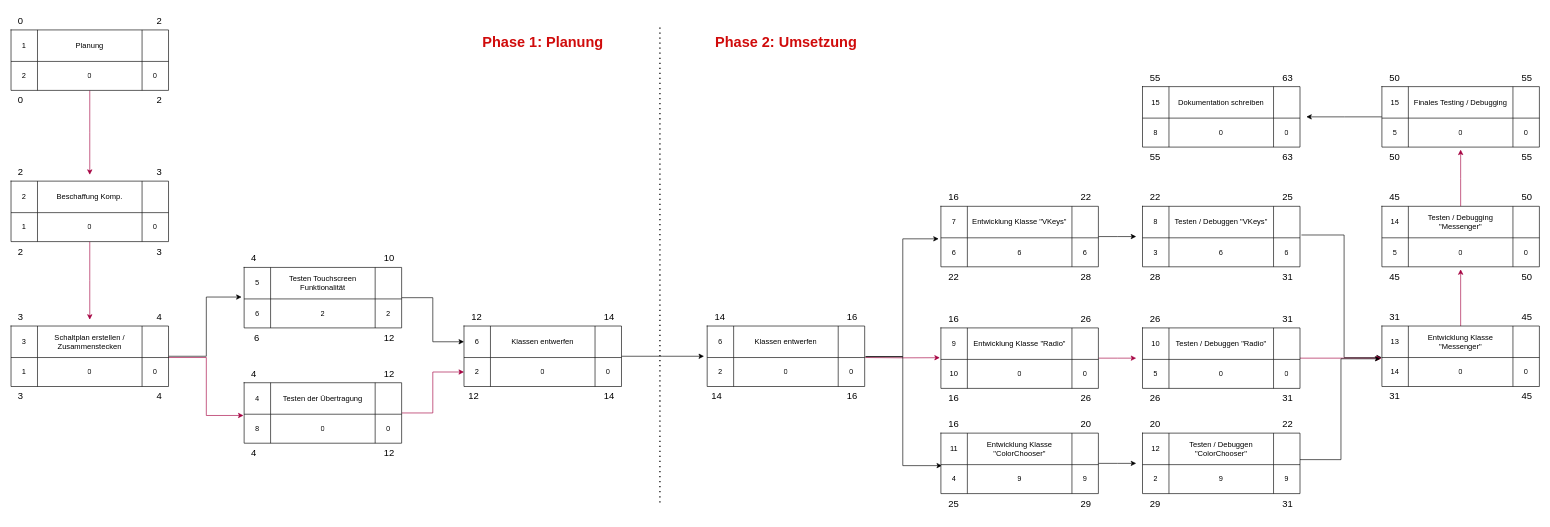
GeKoppe/TouchPager keeps this draw.io diagram as Documentation/Grafik/Diagramm/Netzplan.drawio. Above is the earlier version. Source tidied: cells renumbered, new cells numbered last; positions are measured from the earlier drawing's top-left corner, leaving out a move shared by most shapes. Both pictures are drawn from the tidied source at 63%, with x=0, y=0 at pixel (11, 11).
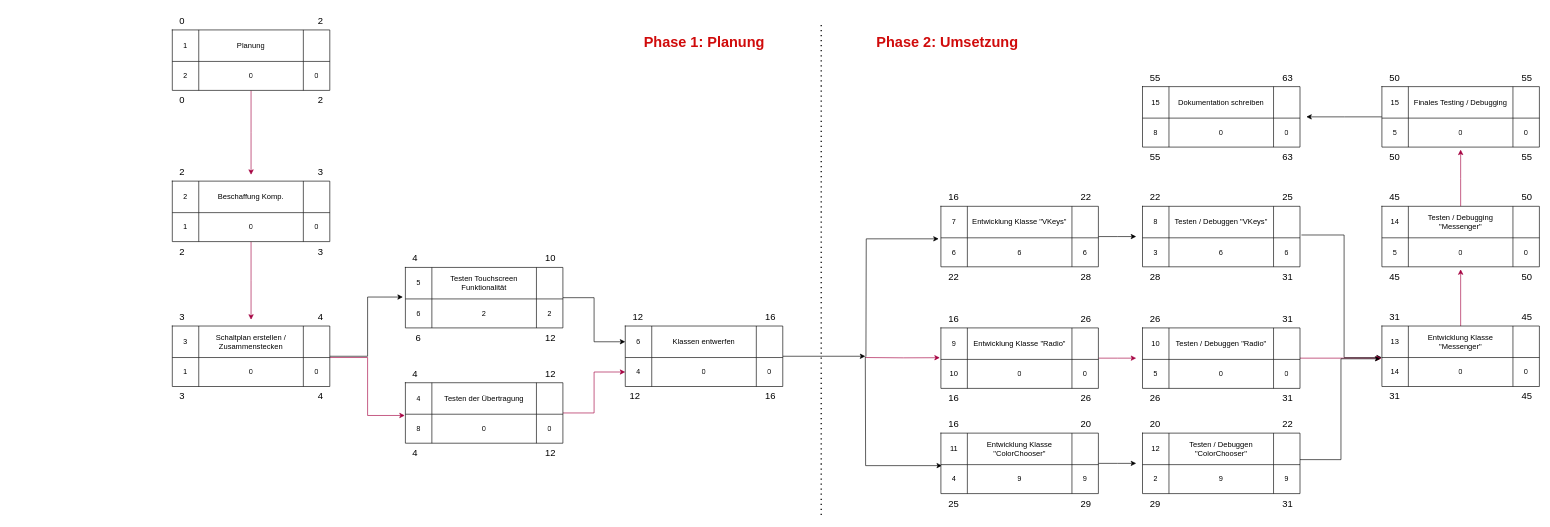
After the change.

The change refers to these unchanged cells:
```xml
<mxCell id="37" style="shape=tableRow;horizontal=0;startSize=0;swimlaneHead=0;swimlaneBody=0;top=0;left=0;bottom=0;right=0;fillColor=none;points=[[0,0.5],[1,0.5]];portConstraint=eastwest;labelBackgroundColor=none;" parent="32" vertex="1">
  <mxGeometry y="50" width="250" height="46" as="geometry" />
</mxCell>
<mxCell id="51" style="shape=tableRow;horizontal=0;startSize=0;swimlaneHead=0;swimlaneBody=0;top=0;left=0;bottom=0;right=0;fillColor=none;points=[[0,0.5],[1,0.5]];portConstraint=eastwest;labelBackgroundColor=none;" parent="46" vertex="1">
  <mxGeometry y="50" width="250" height="46" as="geometry" />
</mxCell>
<mxCell id="65" style="shape=tableRow;horizontal=0;startSize=0;swimlaneHead=0;swimlaneBody=0;top=0;left=0;bottom=0;right=0;fillColor=none;points=[[0,0.5],[1,0.5]];portConstraint=eastwest;labelBackgroundColor=none;" parent="60" vertex="1">
  <mxGeometry y="50" width="250" height="46" as="geometry" />
</mxCell>
<mxCell id="109" style="shape=tableRow;horizontal=0;startSize=0;swimlaneHead=0;swimlaneBody=0;top=0;left=0;bottom=0;right=0;fillColor=none;points=[[0,0.5],[1,0.5]];portConstraint=eastwest;labelBackgroundColor=none;" parent="104" vertex="1">
  <mxGeometry y="50" width="250" height="46" as="geometry" />
</mxCell>
<mxCell id="123" style="shape=tableRow;horizontal=0;startSize=0;swimlaneHead=0;swimlaneBody=0;top=0;left=0;bottom=0;right=0;fillColor=none;points=[[0,0.5],[1,0.5]];portConstraint=eastwest;labelBackgroundColor=none;" parent="118" vertex="1">
  <mxGeometry y="50" width="250" height="46" as="geometry" />
</mxCell>
```

The edit, as a diff of the source:
```diff
@@
     <mxCell id="2" style="edgeStyle=orthogonalEdgeStyle;rounded=0;jettySize=auto;html=1;fillColor=#d80073;strokeColor=#A50040;" parent="1" edge="1" source="3">
       <mxGeometry relative="1" as="geometry">
-        <mxPoint x="125" y="260" as="targetPoint" />
+        <mxPoint x="381" y="260" as="targetPoint" />
       </mxGeometry>
     </mxCell>
     <mxCell id="3" style="shape=table;html=1;whiteSpace=wrap;startSize=0;childLayout=tableLayout;labelBackgroundColor=none;" parent="1" vertex="1">
-      <mxGeometry y="30" width="250" height="96" as="geometry" />
+      <mxGeometry x="256" y="30" width="250" height="96" as="geometry" />
     </mxCell>
@@
     <mxCell id="12" value="0" style="text;html=1;align=center;verticalAlign=middle;strokeColor=none;fillColor=none;fontSize=15;labelBackgroundColor=none;" parent="1" vertex="1">
-      <mxGeometry width="30" height="30" as="geometry" />
+      <mxGeometry x="256" width="30" height="30" as="geometry" />
     </mxCell>
     <mxCell id="13" value="0" style="text;html=1;align=center;verticalAlign=middle;strokeColor=none;fillColor=none;fontSize=15;labelBackgroundColor=none;" parent="1" vertex="1">
-      <mxGeometry y="126" width="30" height="30" as="geometry" />
+      <mxGeometry x="256" y="126" width="30" height="30" as="geometry" />
     </mxCell>
     <mxCell id="14" value="2" style="text;html=1;align=center;verticalAlign=middle;strokeColor=none;fillColor=none;fontSize=15;labelBackgroundColor=none;" parent="1" vertex="1">
-      <mxGeometry x="220" y="126" width="30" height="30" as="geometry" />
+      <mxGeometry x="476" y="126" width="30" height="30" as="geometry" />
     </mxCell>
     <mxCell id="15" value="2" style="text;html=1;align=center;verticalAlign=middle;strokeColor=none;fillColor=none;fontSize=15;labelBackgroundColor=none;" parent="1" vertex="1">
-      <mxGeometry x="220" width="30" height="30" as="geometry" />
+      <mxGeometry x="476" width="30" height="30" as="geometry" />
     </mxCell>
     <mxCell id="16" style="edgeStyle=orthogonalEdgeStyle;rounded=0;jettySize=auto;html=1;fillColor=#d80073;strokeColor=#A50040;" parent="1" edge="1" source="17">
       <mxGeometry relative="1" as="geometry">
-        <mxPoint x="125" y="490" as="targetPoint" />
+        <mxPoint x="381" y="490" as="targetPoint" />
       </mxGeometry>
     </mxCell>
     <mxCell id="17" style="shape=table;html=1;whiteSpace=wrap;startSize=0;childLayout=tableLayout;labelBackgroundColor=none;" parent="1" vertex="1">
-      <mxGeometry y="270" width="250" height="96" as="geometry" />
+      <mxGeometry x="256" y="270" width="250" height="96" as="geometry" />
     </mxCell>
@@
     <mxCell id="26" value="2" style="text;html=1;align=center;verticalAlign=middle;strokeColor=none;fillColor=none;fontSize=15;labelBackgroundColor=none;" parent="1" vertex="1">
-      <mxGeometry y="240" width="30" height="30" as="geometry" />
+      <mxGeometry x="256" y="240" width="30" height="30" as="geometry" />
     </mxCell>
     <mxCell id="27" value="2" style="text;html=1;align=center;verticalAlign=middle;strokeColor=none;fillColor=none;fontSize=15;labelBackgroundColor=none;" parent="1" vertex="1">
-      <mxGeometry y="366" width="30" height="30" as="geometry" />
+      <mxGeometry x="256" y="366" width="30" height="30" as="geometry" />
     </mxCell>
     <mxCell id="28" value="3" style="text;html=1;align=center;verticalAlign=middle;strokeColor=none;fillColor=none;fontSize=15;labelBackgroundColor=none;" parent="1" vertex="1">
-      <mxGeometry x="220" y="366" width="30" height="30" as="geometry" />
+      <mxGeometry x="476" y="366" width="30" height="30" as="geometry" />
     </mxCell>
     <mxCell id="29" value="3" style="text;html=1;align=center;verticalAlign=middle;strokeColor=none;fillColor=none;fontSize=15;labelBackgroundColor=none;" parent="1" vertex="1">
-      <mxGeometry x="220" y="240" width="30" height="30" as="geometry" />
+      <mxGeometry x="476" y="240" width="30" height="30" as="geometry" />
     </mxCell>
@@
     <mxCell id="31" style="edgeStyle=orthogonalEdgeStyle;rounded=0;jettySize=auto;html=1;entryX=-0.004;entryY=0.043;entryDx=0;entryDy=0;entryPerimeter=0;exitX=0.984;exitY=-0.022;exitDx=0;exitDy=0;exitPerimeter=0;fillColor=#d80073;strokeColor=#A50040;" parent="1" edge="1" source="37" target="51">
       <mxGeometry relative="1" as="geometry">
         <Array as="points">
-          <mxPoint x="246" y="550" />
-          <mxPoint x="310" y="550" />
-          <mxPoint x="310" y="642" />
+          <mxPoint x="502" y="550" />
+          <mxPoint x="566" y="550" />
+          <mxPoint x="566" y="642" />
         </Array>
       </mxGeometry>
     </mxCell>
     <mxCell id="32" style="shape=table;html=1;whiteSpace=wrap;startSize=0;childLayout=tableLayout;labelBackgroundColor=none;" parent="1" vertex="1">
-      <mxGeometry y="500" width="250" height="96" as="geometry" />
+      <mxGeometry x="256" y="500" width="250" height="96" as="geometry" />
     </mxCell>
@@
     <mxCell id="41" value="3" style="text;html=1;align=center;verticalAlign=middle;strokeColor=none;fillColor=none;fontSize=15;labelBackgroundColor=none;" parent="1" vertex="1">
-      <mxGeometry y="470" width="30" height="30" as="geometry" />
+      <mxGeometry x="256" y="470" width="30" height="30" as="geometry" />
     </mxCell>
     <mxCell id="42" value="3" style="text;html=1;align=center;verticalAlign=middle;strokeColor=none;fillColor=none;fontSize=15;labelBackgroundColor=none;" parent="1" vertex="1">
-      <mxGeometry y="596" width="30" height="30" as="geometry" />
+      <mxGeometry x="256" y="596" width="30" height="30" as="geometry" />
     </mxCell>
     <mxCell id="43" value="4" style="text;html=1;align=center;verticalAlign=middle;strokeColor=none;fillColor=none;fontSize=15;labelBackgroundColor=none;" parent="1" vertex="1">
-      <mxGeometry x="220" y="596" width="30" height="30" as="geometry" />
+      <mxGeometry x="476" y="596" width="30" height="30" as="geometry" />
     </mxCell>
     <mxCell id="44" value="4" style="text;html=1;align=center;verticalAlign=middle;strokeColor=none;fillColor=none;fontSize=15;labelBackgroundColor=none;" parent="1" vertex="1">
-      <mxGeometry x="220" y="470" width="30" height="30" as="geometry" />
+      <mxGeometry x="476" y="470" width="30" height="30" as="geometry" />
     </mxCell>
@@
     <mxCell id="46" style="shape=table;html=1;whiteSpace=wrap;startSize=0;childLayout=tableLayout;labelBackgroundColor=none;" parent="1" vertex="1">
-      <mxGeometry x="370" y="590" width="250" height="96" as="geometry" />
+      <mxGeometry x="626" y="590" width="250" height="96" as="geometry" />
     </mxCell>
@@
     <mxCell id="55" value="4" style="text;html=1;align=center;verticalAlign=middle;strokeColor=none;fillColor=none;fontSize=15;labelBackgroundColor=none;" parent="1" vertex="1">
-      <mxGeometry x="370" y="560" width="30" height="30" as="geometry" />
+      <mxGeometry x="626" y="560" width="30" height="30" as="geometry" />
     </mxCell>
     <mxCell id="56" value="4" style="text;html=1;align=center;verticalAlign=middle;strokeColor=none;fillColor=none;fontSize=15;labelBackgroundColor=none;" parent="1" vertex="1">
-      <mxGeometry x="370" y="686" width="30" height="30" as="geometry" />
+      <mxGeometry x="626" y="686" width="30" height="30" as="geometry" />
     </mxCell>
     <mxCell id="57" value="12" style="text;html=1;align=center;verticalAlign=middle;strokeColor=none;fillColor=none;fontSize=15;labelBackgroundColor=none;" parent="1" vertex="1">
-      <mxGeometry x="580" y="686" width="40" height="30" as="geometry" />
+      <mxGeometry x="836" y="686" width="40" height="30" as="geometry" />
     </mxCell>
     <mxCell id="58" value="12" style="text;html=1;align=center;verticalAlign=middle;strokeColor=none;fillColor=none;fontSize=15;labelBackgroundColor=none;" parent="1" vertex="1">
-      <mxGeometry x="580" y="560" width="40" height="30" as="geometry" />
+      <mxGeometry x="836" y="560" width="40" height="30" as="geometry" />
     </mxCell>
     <mxCell id="59" style="edgeStyle=orthogonalEdgeStyle;rounded=0;jettySize=auto;html=1;" parent="1" edge="1" source="60">
       <mxGeometry relative="1" as="geometry">
-        <mxPoint x="1100" y="548" as="targetPoint" />
+        <mxPoint x="1356" y="548" as="targetPoint" />
       </mxGeometry>
     </mxCell>
     <mxCell id="60" style="shape=table;html=1;whiteSpace=wrap;startSize=0;childLayout=tableLayout;labelBackgroundColor=none;" parent="1" vertex="1">
-      <mxGeometry x="719" y="500" width="250" height="96" as="geometry" />
+      <mxGeometry x="975" y="500" width="250" height="96" as="geometry" />
     </mxCell>
@@
-    <mxCell id="66" value="2" style="shape=partialRectangle;html=1;whiteSpace=wrap;fillColor=none;top=0;left=0;bottom=0;right=0;overflow=hidden;labelBackgroundColor=none;" parent="65" vertex="1">
+    <mxCell id="66" value="4" style="shape=partialRectangle;html=1;whiteSpace=wrap;fillColor=none;top=0;left=0;bottom=0;right=0;overflow=hidden;labelBackgroundColor=none;" parent="65" vertex="1">
       <mxGeometry width="42" height="46" as="geometry" />
     </mxCell>
@@
     <mxCell id="69" value="12" style="text;html=1;align=center;verticalAlign=middle;strokeColor=none;fillColor=none;fontSize=15;labelBackgroundColor=none;" parent="1" vertex="1">
-      <mxGeometry x="719" y="470" width="40" height="30" as="geometry" />
+      <mxGeometry x="975" y="470" width="40" height="30" as="geometry" />
     </mxCell>
     <mxCell id="70" value="12" style="text;html=1;align=center;verticalAlign=middle;strokeColor=none;fillColor=none;fontSize=15;labelBackgroundColor=none;" parent="1" vertex="1">
-      <mxGeometry x="714" y="596" width="40" height="30" as="geometry" />
+      <mxGeometry x="970" y="596" width="40" height="30" as="geometry" />
     </mxCell>
-    <mxCell id="71" value="14" style="text;html=1;align=center;verticalAlign=middle;strokeColor=none;fillColor=none;fontSize=15;labelBackgroundColor=none;" parent="1" vertex="1">
-      <mxGeometry x="929" y="596" width="40" height="30" as="geometry" />
+    <mxCell id="71" value="16" style="text;html=1;align=center;verticalAlign=middle;strokeColor=none;fillColor=none;fontSize=15;labelBackgroundColor=none;" parent="1" vertex="1">
+      <mxGeometry x="1185" y="596" width="40" height="30" as="geometry" />
     </mxCell>
-    <mxCell id="72" value="14" style="text;html=1;align=center;verticalAlign=middle;strokeColor=none;fillColor=none;fontSize=15;labelBackgroundColor=none;" parent="1" vertex="1">
-      <mxGeometry x="929" y="470" width="40" height="30" as="geometry" />
+    <mxCell id="72" value="16" style="text;html=1;align=center;verticalAlign=middle;strokeColor=none;fillColor=none;fontSize=15;labelBackgroundColor=none;" parent="1" vertex="1">
+      <mxGeometry x="1185" y="470" width="40" height="30" as="geometry" />
     </mxCell>
@@
     <mxCell id="74" style="shape=table;html=1;whiteSpace=wrap;startSize=0;childLayout=tableLayout;labelBackgroundColor=none;" parent="1" vertex="1">
-      <mxGeometry x="370" y="407" width="250" height="96" as="geometry" />
+      <mxGeometry x="626" y="407" width="250" height="96" as="geometry" />
     </mxCell>
@@
     <mxCell id="83" value="4" style="text;html=1;align=center;verticalAlign=middle;strokeColor=none;fillColor=none;fontSize=15;labelBackgroundColor=none;" parent="1" vertex="1">
-      <mxGeometry x="370" y="377" width="30" height="30" as="geometry" />
+      <mxGeometry x="626" y="377" width="30" height="30" as="geometry" />
     </mxCell>
     <mxCell id="84" value="6" style="text;html=1;align=center;verticalAlign=middle;strokeColor=none;fillColor=none;fontSize=15;labelBackgroundColor=none;" parent="1" vertex="1">
-      <mxGeometry x="375" y="503" width="30" height="30" as="geometry" />
+      <mxGeometry x="631" y="503" width="30" height="30" as="geometry" />
     </mxCell>
     <mxCell id="85" value="12" style="text;html=1;align=center;verticalAlign=middle;strokeColor=none;fillColor=none;fontSize=15;labelBackgroundColor=none;" parent="1" vertex="1">
-      <mxGeometry x="580" y="503" width="40" height="30" as="geometry" />
+      <mxGeometry x="836" y="503" width="40" height="30" as="geometry" />
     </mxCell>
     <mxCell id="86" value="10" style="text;html=1;align=center;verticalAlign=middle;strokeColor=none;fillColor=none;fontSize=15;labelBackgroundColor=none;" parent="1" vertex="1">
-      <mxGeometry x="580" y="377" width="40" height="30" as="geometry" />
+      <mxGeometry x="836" y="377" width="40" height="30" as="geometry" />
     </mxCell>
@@
-    <mxCell id="88" style="edgeStyle=orthogonalEdgeStyle;rounded=0;jettySize=auto;html=1;entryX=-0.014;entryY=0.035;entryDx=0;entryDy=0;entryPerimeter=0;exitX=1.008;exitY=-0.031;exitDx=0;exitDy=0;exitPerimeter=0;" parent="1" edge="1" source="95" target="109">
-      <mxGeometry relative="1" as="geometry" />
+    <mxCell id="88" style="edgeStyle=orthogonalEdgeStyle;rounded=0;jettySize=auto;html=1;entryX=-0.014;entryY=0.035;entryDx=0;entryDy=0;entryPerimeter=0;exitX=1.008;exitY=-0.031;exitDx=0;exitDy=0;exitPerimeter=0;" parent="1" edge="1" target="109">
+      <mxGeometry relative="1" as="geometry">
+        <mxPoint x="1357" y="548.6" as="sourcePoint" />
+      </mxGeometry>
     </mxCell>
-    <mxCell id="89" style="edgeStyle=orthogonalEdgeStyle;rounded=0;jettySize=auto;html=1;entryX=0.007;entryY=0.035;entryDx=0;entryDy=0;entryPerimeter=0;exitX=1.004;exitY=-0.031;exitDx=0;exitDy=0;exitPerimeter=0;" parent="1" edge="1" source="95" target="123">
-      <mxGeometry relative="1" as="geometry" />
+    <mxCell id="89" style="edgeStyle=orthogonalEdgeStyle;rounded=0;jettySize=auto;html=1;entryX=0.007;entryY=0.035;entryDx=0;entryDy=0;entryPerimeter=0;exitX=1.004;exitY=-0.031;exitDx=0;exitDy=0;exitPerimeter=0;" parent="1" edge="1" target="123">
+      <mxGeometry relative="1" as="geometry">
+        <mxPoint x="1356" y="548.6" as="sourcePoint" />
+      </mxGeometry>
     </mxCell>
-    <mxCell id="90" style="shape=table;html=1;whiteSpace=wrap;startSize=0;childLayout=tableLayout;labelBackgroundColor=none;" parent="1" vertex="1">
-      <mxGeometry x="1105" y="500" width="250" height="96" as="geometry" />
-    </mxCell>
-    <mxCell id="91" style="shape=tableRow;horizontal=0;startSize=0;swimlaneHead=0;swimlaneBody=0;top=0;left=0;bottom=0;right=0;fillColor=none;labelBackgroundColor=none;" parent="90" vertex="1">
-      <mxGeometry width="250" height="50" as="geometry" />
-    </mxCell>
-    <mxCell id="92" value="6" style="shape=partialRectangle;html=1;whiteSpace=wrap;fillColor=none;top=0;left=0;bottom=0;right=0;overflow=hidden;labelBackgroundColor=none;" parent="91" vertex="1">
-      <mxGeometry width="42" height="50" as="geometry" />
-    </mxCell>
-    <mxCell id="93" value="Klassen entwerfen" style="shape=partialRectangle;html=1;whiteSpace=wrap;fillColor=none;top=0;left=0;bottom=0;right=0;overflow=hidden;labelBackgroundColor=none;" parent="91" vertex="1">
-      <mxGeometry x="42" width="166" height="50" as="geometry" />
-    </mxCell>
-    <mxCell id="94" style="shape=partialRectangle;html=1;whiteSpace=wrap;fillColor=none;top=0;left=0;bottom=0;right=0;overflow=hidden;labelBackgroundColor=none;" parent="91" vertex="1">
-      <mxGeometry x="208" width="42" height="50" as="geometry" />
-    </mxCell>
-    <mxCell id="95" style="shape=tableRow;horizontal=0;startSize=0;swimlaneHead=0;swimlaneBody=0;top=0;left=0;bottom=0;right=0;fillColor=none;points=[[0,0.5],[1,0.5]];portConstraint=eastwest;labelBackgroundColor=none;" parent="90" vertex="1">
-      <mxGeometry y="50" width="250" height="46" as="geometry" />
-    </mxCell>
-    <mxCell id="96" value="2" style="shape=partialRectangle;html=1;whiteSpace=wrap;fillColor=none;top=0;left=0;bottom=0;right=0;overflow=hidden;labelBackgroundColor=none;" parent="95" vertex="1">
-      <mxGeometry width="42" height="46" as="geometry" />
-    </mxCell>
-    <mxCell id="97" value="0" style="shape=partialRectangle;html=1;whiteSpace=wrap;fillColor=none;top=0;left=0;bottom=0;right=0;overflow=hidden;labelBackgroundColor=none;" parent="95" vertex="1">
-      <mxGeometry x="42" width="166" height="46" as="geometry" />
-    </mxCell>
-    <mxCell id="98" value="0" style="shape=partialRectangle;html=1;whiteSpace=wrap;fillColor=none;top=0;left=0;bottom=0;right=0;overflow=hidden;labelBackgroundColor=none;" parent="95" vertex="1">
-      <mxGeometry x="208" width="42" height="46" as="geometry" />
-    </mxCell>
-    <mxCell id="99" value="14" style="text;html=1;align=center;verticalAlign=middle;strokeColor=none;fillColor=none;fontSize=15;labelBackgroundColor=none;" parent="1" vertex="1">
-      <mxGeometry x="1105" y="470" width="40" height="30" as="geometry" />
-    </mxCell>
-    <mxCell id="100" value="14" style="text;html=1;align=center;verticalAlign=middle;strokeColor=none;fillColor=none;fontSize=15;labelBackgroundColor=none;" parent="1" vertex="1">
-      <mxGeometry x="1100" y="596" width="40" height="30" as="geometry" />
-    </mxCell>
-    <mxCell id="101" value="16" style="text;html=1;align=center;verticalAlign=middle;strokeColor=none;fillColor=none;fontSize=15;labelBackgroundColor=none;" parent="1" vertex="1">
-      <mxGeometry x="1315" y="596" width="40" height="30" as="geometry" />
-    </mxCell>
-    <mxCell id="102" value="16" style="text;html=1;align=center;verticalAlign=middle;strokeColor=none;fillColor=none;fontSize=15;labelBackgroundColor=none;" parent="1" vertex="1">
-      <mxGeometry x="1315" y="470" width="40" height="30" as="geometry" />
-    </mxCell>
@@
     <mxCell id="242" style="endArrow=none;dashed=1;html=1;dashPattern=1 3;strokeWidth=2;rounded=0;fontSize=16;" parent="1" edge="1">
       <mxGeometry relative="1" as="geometry">
-        <mxPoint x="1030" y="780" as="sourcePoint" />
-        <mxPoint x="1030" y="20" as="targetPoint" />
+        <mxPoint x="1286" y="800" as="sourcePoint" />
+        <mxPoint x="1286" y="20" as="targetPoint" />
       </mxGeometry>
     </mxCell>
     <mxCell id="243" value="&lt;font color=&quot;#d00b0b&quot; style=&quot;font-size: 23px;&quot;&gt;&lt;b&gt;Phase 1: Planung&lt;/b&gt;&lt;/font&gt;" style="text;html=1;align=center;verticalAlign=middle;strokeColor=none;fillColor=none;fontSize=16;" parent="1" vertex="1">
-      <mxGeometry x="734" y="30" width="220" height="40" as="geometry" />
+      <mxGeometry x="990" y="30" width="220" height="40" as="geometry" />
     </mxCell>
     <mxCell id="244" value="&lt;font color=&quot;#d00b0b&quot; style=&quot;font-size: 23px;&quot;&gt;&lt;b&gt;Phase 2: Umsetzung&lt;/b&gt;&lt;/font&gt;" style="text;html=1;align=center;verticalAlign=middle;strokeColor=none;fillColor=none;fontSize=16;" parent="1" vertex="1">
-      <mxGeometry x="1105" y="30" width="250" height="40" as="geometry" />
+      <mxGeometry x="1361" y="30" width="250" height="40" as="geometry" />
     </mxCell>
```
